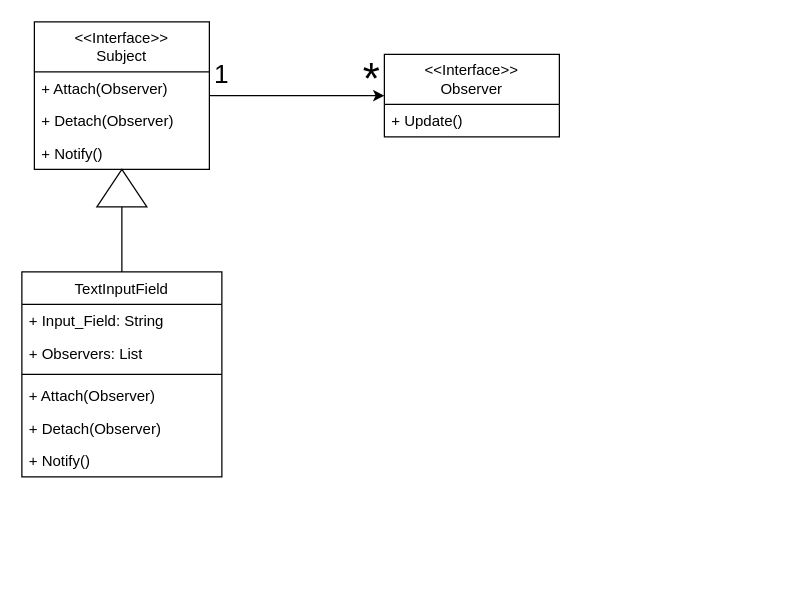
critschris/COMP-354 keeps this draw.io diagram as A3_2.drawio. Above is the earlier version. Source tidied: cells renumbered, new cells numbered last; positions are measured from the earlier drawing's top-left corner, leaving out a move shared by most shapes. Both pictures are drawn from the tidied source at 125%, with x=0, y=0 at pixel (21, 21).
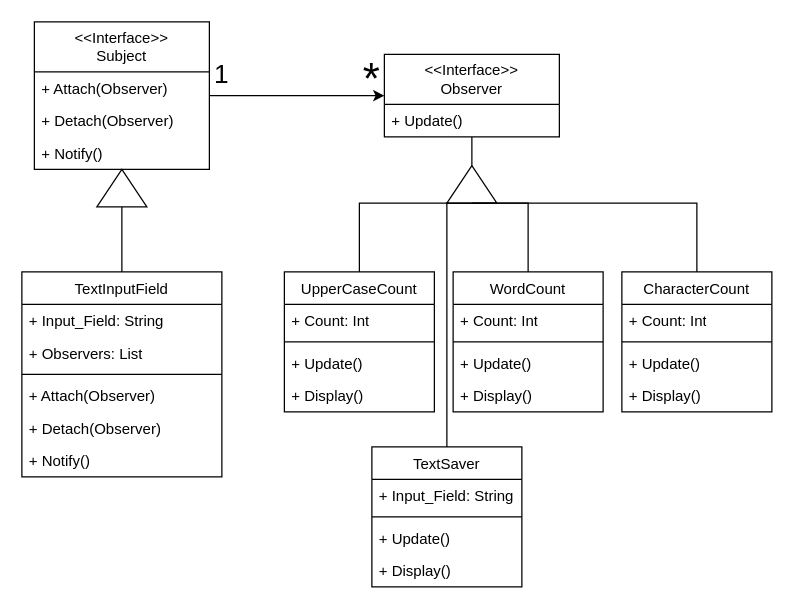
After the change.

Unchanged cells that the change refers to:
```xml
<mxCell id="7" value="&amp;lt;&amp;lt;Interface&amp;gt;&amp;gt;&lt;div&gt;Observer&lt;/div&gt;" style="swimlane;fontStyle=0;horizontal=1;startSize=40;fillColor=none;whiteSpace=wrap;html=1;" parent="1" vertex="1">
  <mxGeometry x="290" y="26" width="140" height="66" as="geometry" />
</mxCell>
```

The edit, as a diff of the source:
```diff
@@
+    <mxCell id="20" style="edgeStyle=orthogonalEdgeStyle;rounded=0;jettySize=auto;html=1;entryX=0.5;entryY=1;entryDx=0;entryDy=0;endArrow=none;startFill=0;" parent="1" edge="1" source="27" target="7">
+      <mxGeometry relative="1" as="geometry" />
+    </mxCell>
+    <mxCell id="21" value="&lt;span style=&quot;font-weight: normal;&quot;&gt;UpperCaseCount&lt;/span&gt;" style="swimlane;fontStyle=1;align=center;verticalAlign=top;horizontal=1;startSize=26;whiteSpace=wrap;html=1;" parent="1" vertex="1">
+      <mxGeometry x="210" y="200" width="120" height="112" as="geometry" />
+    </mxCell>
+    <mxCell id="22" value="+ Count: Int" style="text;strokeColor=none;fillColor=none;align=left;verticalAlign=top;spacingLeft=4;spacingRight=4;overflow=hidden;whiteSpace=wrap;html=1;" parent="21" vertex="1">
+      <mxGeometry y="26" width="120" height="26" as="geometry" />
+    </mxCell>
+    <mxCell id="23" style="line;strokeWidth=1;fillColor=none;align=left;verticalAlign=middle;spacingTop=-1;spacingLeft=3;spacingRight=3;labelPosition=right;strokeColor=inherit;" parent="21" vertex="1">
+      <mxGeometry y="52" width="120" height="8" as="geometry" />
+    </mxCell>
+    <mxCell id="24" value="+ Update()" style="text;strokeColor=none;fillColor=none;align=left;verticalAlign=top;spacingLeft=4;spacingRight=4;overflow=hidden;whiteSpace=wrap;html=1;" parent="21" vertex="1">
+      <mxGeometry y="60" width="120" height="26" as="geometry" />
+    </mxCell>
+    <mxCell id="25" value="+ Display()" style="text;strokeColor=none;fillColor=none;align=left;verticalAlign=top;spacingLeft=4;spacingRight=4;overflow=hidden;whiteSpace=wrap;html=1;" parent="21" vertex="1">
+      <mxGeometry y="86" width="120" height="26" as="geometry" />
+    </mxCell>
+    <mxCell id="26" style="edgeStyle=orthogonalEdgeStyle;rounded=0;jettySize=auto;html=1;entryX=0;entryY=0.5;entryDx=0;entryDy=0;endArrow=none;startFill=0;exitX=0.5;exitY=0;exitDx=0;exitDy=0;" parent="1" edge="1" source="21" target="27">
+      <mxGeometry relative="1" as="geometry">
+        <Array as="points">
+          <mxPoint x="270" y="145" />
+        </Array>
+      </mxGeometry>
+    </mxCell>
+    <mxCell id="27" style="triangle;whiteSpace=wrap;html=1;rotation=-90;" parent="1" vertex="1">
+      <mxGeometry x="345" y="110" width="30" height="40" as="geometry" />
+    </mxCell>
+    <mxCell id="28" style="edgeStyle=orthogonalEdgeStyle;rounded=0;jettySize=auto;html=1;entryX=0;entryY=0.5;entryDx=0;entryDy=0;endArrow=none;startFill=0;" parent="1" edge="1" source="29" target="27">
+      <mxGeometry relative="1" as="geometry">
+        <Array as="points">
+          <mxPoint x="405" y="145" />
+        </Array>
+      </mxGeometry>
+    </mxCell>
+    <mxCell id="29" value="&lt;span style=&quot;font-weight: normal;&quot;&gt;WordCount&lt;/span&gt;" style="swimlane;fontStyle=1;align=center;verticalAlign=top;horizontal=1;startSize=26;whiteSpace=wrap;html=1;" parent="1" vertex="1">
+      <mxGeometry x="345" y="200" width="120" height="112" as="geometry" />
+    </mxCell>
+    <mxCell id="30" value="+ Count: Int" style="text;strokeColor=none;fillColor=none;align=left;verticalAlign=top;spacingLeft=4;spacingRight=4;overflow=hidden;whiteSpace=wrap;html=1;" parent="29" vertex="1">
+      <mxGeometry y="26" width="120" height="26" as="geometry" />
+    </mxCell>
+    <mxCell id="31" style="line;strokeWidth=1;fillColor=none;align=left;verticalAlign=middle;spacingTop=-1;spacingLeft=3;spacingRight=3;labelPosition=right;strokeColor=inherit;" parent="29" vertex="1">
+      <mxGeometry y="52" width="120" height="8" as="geometry" />
+    </mxCell>
+    <mxCell id="32" value="+ Update()" style="text;strokeColor=none;fillColor=none;align=left;verticalAlign=top;spacingLeft=4;spacingRight=4;overflow=hidden;whiteSpace=wrap;html=1;" parent="29" vertex="1">
+      <mxGeometry y="60" width="120" height="26" as="geometry" />
+    </mxCell>
+    <mxCell id="33" value="+ Display()" style="text;strokeColor=none;fillColor=none;align=left;verticalAlign=top;spacingLeft=4;spacingRight=4;overflow=hidden;whiteSpace=wrap;html=1;" parent="29" vertex="1">
+      <mxGeometry y="86" width="120" height="26" as="geometry" />
+    </mxCell>
+    <mxCell id="34" style="edgeStyle=orthogonalEdgeStyle;rounded=0;jettySize=auto;html=1;entryX=0;entryY=0.5;entryDx=0;entryDy=0;exitX=0.5;exitY=0;exitDx=0;exitDy=0;endArrow=none;startFill=0;" parent="1" edge="1" source="35" target="27">
+      <mxGeometry relative="1" as="geometry">
+        <Array as="points">
+          <mxPoint x="540" y="145" />
+        </Array>
+      </mxGeometry>
+    </mxCell>
+    <mxCell id="35" value="&lt;span style=&quot;font-weight: normal;&quot;&gt;CharacterCount&lt;/span&gt;" style="swimlane;fontStyle=1;align=center;verticalAlign=top;horizontal=1;startSize=26;whiteSpace=wrap;html=1;" parent="1" vertex="1">
+      <mxGeometry x="480" y="200" width="120" height="112" as="geometry" />
+    </mxCell>
+    <mxCell id="36" value="+ Count: Int" style="text;strokeColor=none;fillColor=none;align=left;verticalAlign=top;spacingLeft=4;spacingRight=4;overflow=hidden;whiteSpace=wrap;html=1;" parent="35" vertex="1">
+      <mxGeometry y="26" width="120" height="26" as="geometry" />
+    </mxCell>
+    <mxCell id="37" style="line;strokeWidth=1;fillColor=none;align=left;verticalAlign=middle;spacingTop=-1;spacingLeft=3;spacingRight=3;labelPosition=right;strokeColor=inherit;" parent="35" vertex="1">
+      <mxGeometry y="52" width="120" height="8" as="geometry" />
+    </mxCell>
+    <mxCell id="38" value="+ Update()" style="text;strokeColor=none;fillColor=none;align=left;verticalAlign=top;spacingLeft=4;spacingRight=4;overflow=hidden;whiteSpace=wrap;html=1;" parent="35" vertex="1">
+      <mxGeometry y="60" width="120" height="26" as="geometry" />
+    </mxCell>
+    <mxCell id="39" value="+ Display()" style="text;strokeColor=none;fillColor=none;align=left;verticalAlign=top;spacingLeft=4;spacingRight=4;overflow=hidden;whiteSpace=wrap;html=1;" parent="35" vertex="1">
+      <mxGeometry y="86" width="120" height="26" as="geometry" />
+    </mxCell>
+    <mxCell id="40" style="edgeStyle=orthogonalEdgeStyle;rounded=0;jettySize=auto;html=1;entryX=0;entryY=0.5;entryDx=0;entryDy=0;endArrow=none;startFill=0;" parent="1" edge="1" source="41" target="27">
+      <mxGeometry relative="1" as="geometry">
+        <Array as="points">
+          <mxPoint x="340" y="145" />
+        </Array>
+      </mxGeometry>
+    </mxCell>
+    <mxCell id="41" value="&lt;span style=&quot;font-weight: normal;&quot;&gt;TextSaver&lt;/span&gt;" style="swimlane;fontStyle=1;align=center;verticalAlign=top;horizontal=1;startSize=26;whiteSpace=wrap;html=1;" parent="1" vertex="1">
+      <mxGeometry x="280" y="340" width="120" height="112" as="geometry" />
+    </mxCell>
+    <mxCell id="42" value="+ Input_Field: String" style="text;strokeColor=none;fillColor=none;align=left;verticalAlign=top;spacingLeft=4;spacingRight=4;overflow=hidden;whiteSpace=wrap;html=1;" parent="41" vertex="1">
+      <mxGeometry y="26" width="120" height="26" as="geometry" />
+    </mxCell>
+    <mxCell id="43" style="line;strokeWidth=1;fillColor=none;align=left;verticalAlign=middle;spacingTop=-1;spacingLeft=3;spacingRight=3;labelPosition=right;strokeColor=inherit;" parent="41" vertex="1">
+      <mxGeometry y="52" width="120" height="8" as="geometry" />
+    </mxCell>
+    <mxCell id="44" value="+ Update()" style="text;strokeColor=none;fillColor=none;align=left;verticalAlign=top;spacingLeft=4;spacingRight=4;overflow=hidden;whiteSpace=wrap;html=1;" parent="41" vertex="1">
+      <mxGeometry y="60" width="120" height="26" as="geometry" />
+    </mxCell>
+    <mxCell id="45" value="+ Display()" style="text;strokeColor=none;fillColor=none;align=left;verticalAlign=top;spacingLeft=4;spacingRight=4;overflow=hidden;whiteSpace=wrap;html=1;" parent="41" vertex="1">
+      <mxGeometry y="86" width="120" height="26" as="geometry" />
+    </mxCell>
```
